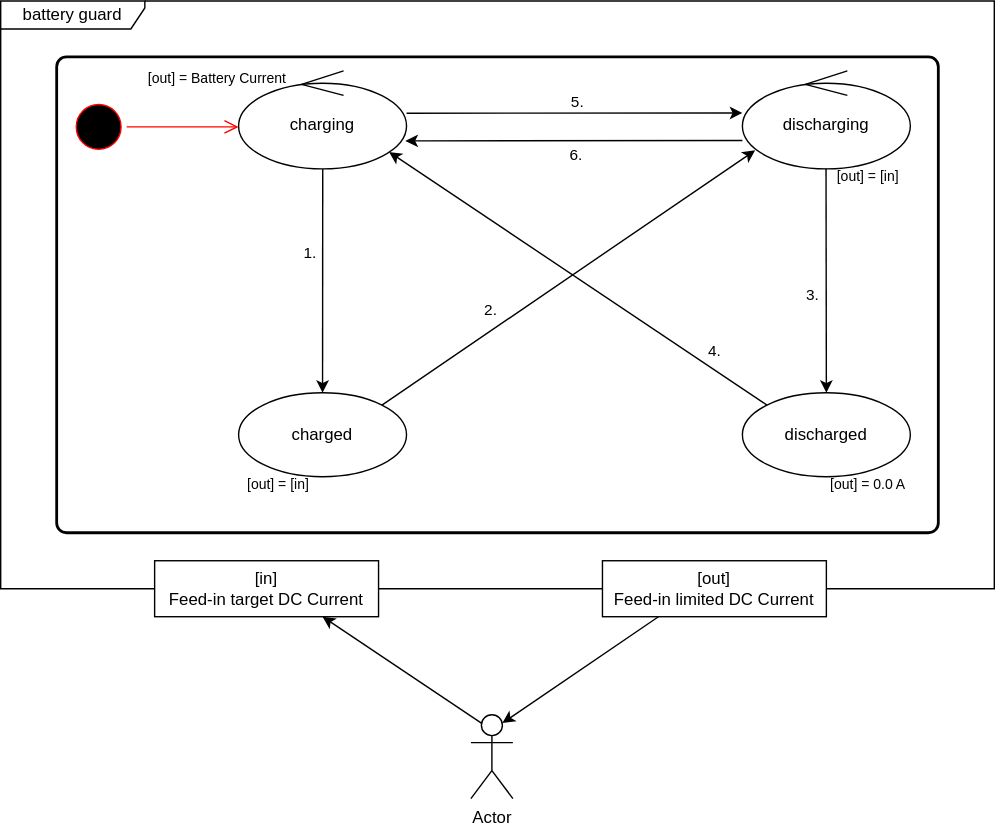
Before: docs/images/battery_guard_sm.drawio.svg, a diagram exported from draw.io (JoTid/PVZero). Source tidied: cells renumbered, new cells last; positions are measured from the earlier drawing's top-left corner, leaving out a move shared by most shapes.
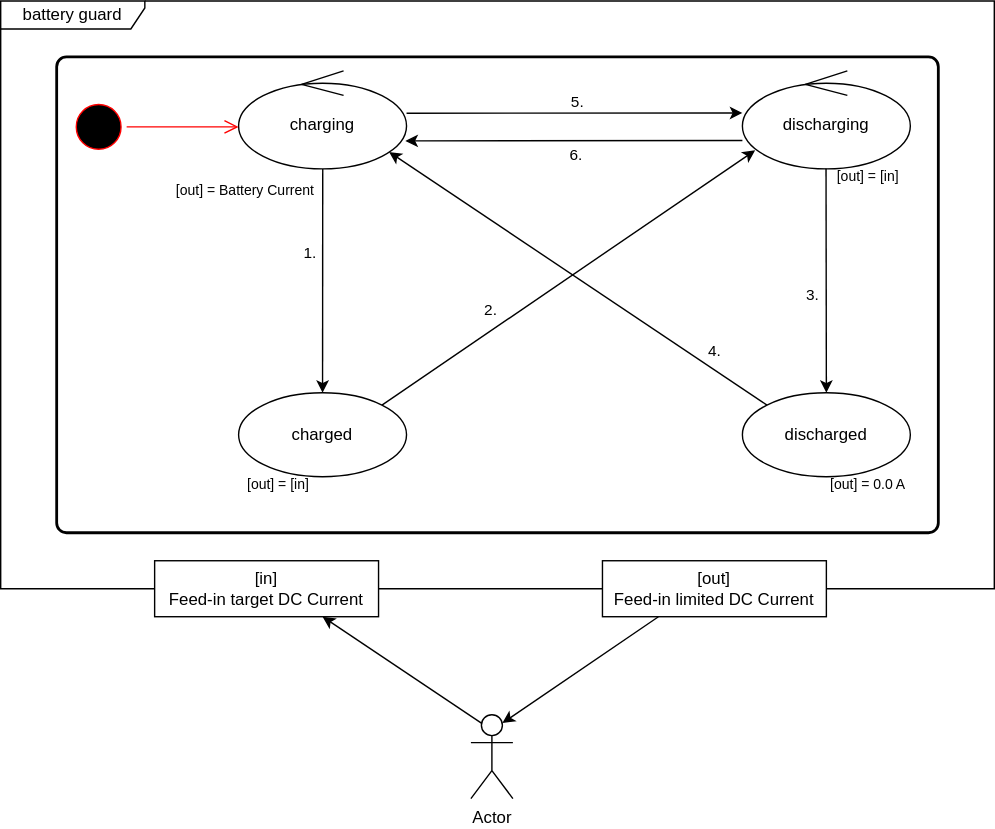
After the change.

Commit message:
Finalize the implementation of Battery Guard and update the documentation

Change to the diagram source:
```diff
@@ -105,8 +105,8 @@
     <mxCell id="29" value="[out] = 0.0 A" style="text;whiteSpace=wrap;spacing=0;fontSize=10;align=center;verticalAlign=middle;" parent="1" vertex="1">
       <mxGeometry x="590" y="330" width="60" height="30" as="geometry" />
     </mxCell>
-    <mxCell id="30" value="[out] = Battery Current" style="text;whiteSpace=wrap;spacing=0;fontSize=10;align=center;verticalAlign=middle;" parent="1" vertex="1">
-      <mxGeometry x="100" y="40" width="110" height="30" as="geometry" />
+    <mxCell id="30" value="[out] = Battery Current" style="text;whiteSpace=wrap;spacing=0;fontSize=10;align=center;verticalAlign=middle;" parent="1" vertex="1">
+      <mxGeometry x="120" y="120" width="110" height="30" as="geometry" />
     </mxCell>
   </root>
 </mxGraphModel>
```
